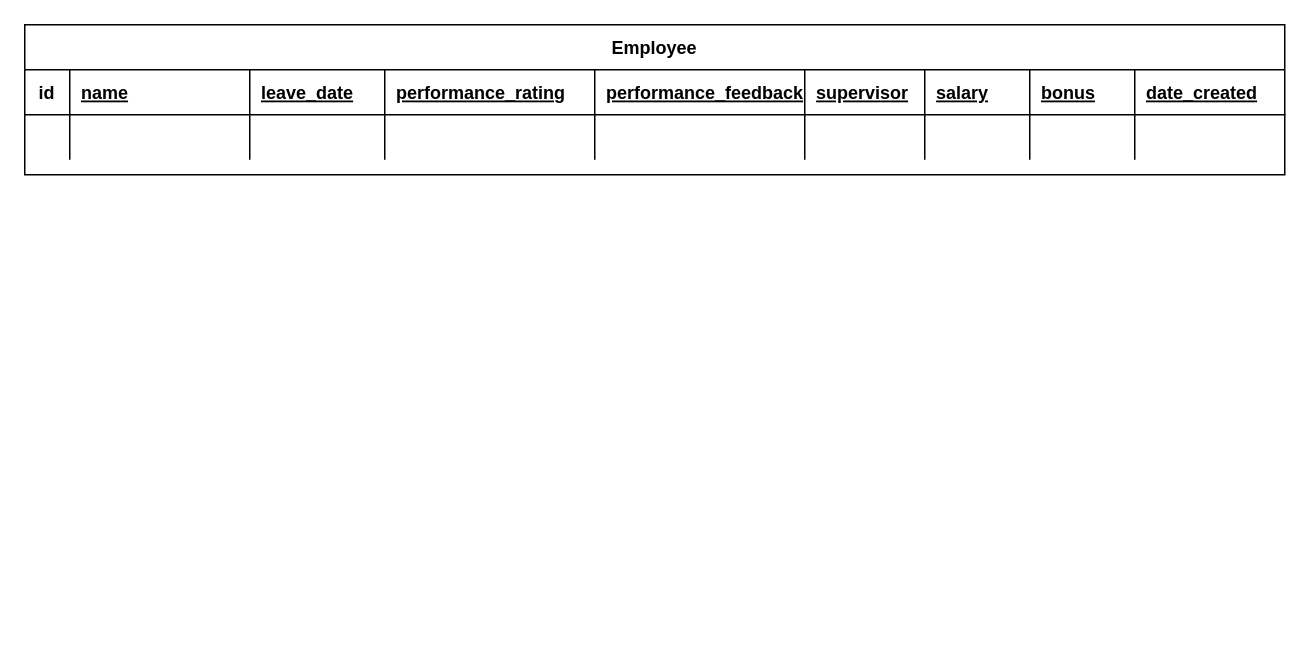
Above: Employee.drawio in arjunrvan/Day20 (draw.io), before the change. Source tidied: cells renumbered, new cells numbered last; positions are measured from the earlier drawing's top-left corner, leaving out a move shared by most shapes. Both pictures are drawn from the tidied source at 150%, with x=0, y=0 at pixel (24, 24).
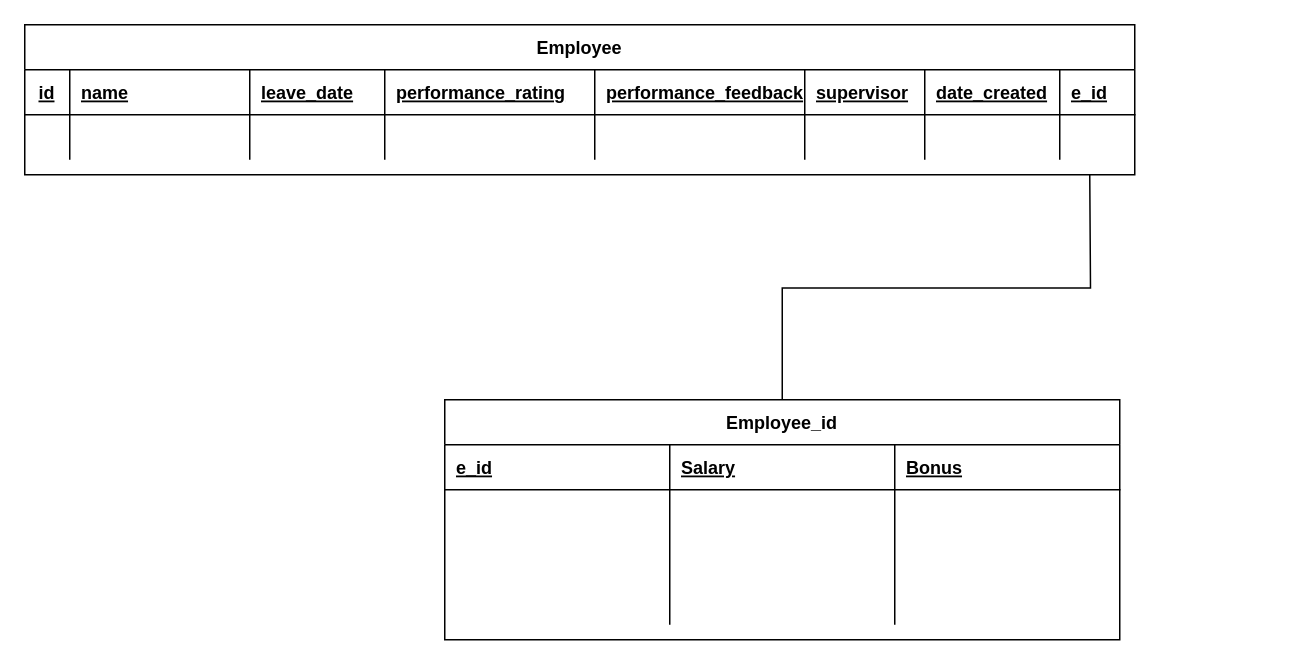
The same diagram, later.

Change to the diagram source:
```diff
@@
     <mxCell id="2" value="Employee" style="shape=table;startSize=30;childLayout=tableLayout;rowLines=0;fontStyle=1;align=center;" parent="1" vertex="1">
-      <mxGeometry width="840" height="100" as="geometry" />
+      <mxGeometry width="740" height="100" as="geometry" />
     </mxCell>
     <mxCell id="3" style="shape=partialRectangle;fillColor=none;top=0;left=0;right=0;bottom=1;" parent="2" vertex="1">
-      <mxGeometry y="30" width="840" height="30" as="geometry" />
+      <mxGeometry y="30" width="740" height="30" as="geometry" />
     </mxCell>
-    <mxCell id="4" value="id" style="shape=partialRectangle;overflow=hidden;fillColor=none;top=0;left=0;bottom=0;right=0;fontStyle=1;" parent="3" vertex="1">
+    <mxCell id="4" value="id" style="shape=partialRectangle;overflow=hidden;fillColor=none;top=0;left=0;bottom=0;right=0;fontStyle=5;" parent="3" vertex="1">
       <mxGeometry width="30" height="30" as="geometry" />
     </mxCell>
@@
-    <mxCell id="10" value="salary" style="shape=partialRectangle;overflow=hidden;fillColor=none;top=0;left=0;bottom=0;right=0;align=left;spacingLeft=6;fontStyle=5;" parent="3" vertex="1">
-      <mxGeometry x="600" width="70" height="30" as="geometry" />
+    <mxCell id="10" value="date_created" style="shape=partialRectangle;overflow=hidden;fillColor=none;top=0;left=0;bottom=0;right=0;align=left;spacingLeft=6;fontStyle=5;" parent="3" vertex="1">
+      <mxGeometry x="600" width="90" height="30" as="geometry" />
     </mxCell>
-    <mxCell id="11" value="bonus" style="shape=partialRectangle;overflow=hidden;fillColor=none;top=0;left=0;bottom=0;right=0;align=left;spacingLeft=6;fontStyle=5;" parent="3" vertex="1">
-      <mxGeometry x="670" width="70" height="30" as="geometry" />
+    <mxCell id="11" value="e_id" style="shape=partialRectangle;overflow=hidden;fillColor=none;top=0;left=0;bottom=0;right=0;align=left;spacingLeft=6;fontStyle=5;" parent="3" vertex="1">
+      <mxGeometry x="690" width="50" height="30" as="geometry" />
     </mxCell>
-    <mxCell id="12" value="date_created" style="shape=partialRectangle;overflow=hidden;fillColor=none;top=0;left=0;bottom=0;right=0;align=left;spacingLeft=6;fontStyle=5;" parent="3" vertex="1">
-      <mxGeometry x="740" width="100" height="30" as="geometry" />
-    </mxCell>
     <mxCell id="13" style="shape=partialRectangle;fillColor=none;top=0;left=0;right=0;bottom=0;" parent="2" vertex="1">
-      <mxGeometry y="60" width="840" height="30" as="geometry" />
+      <mxGeometry y="60" width="740" height="30" as="geometry" />
     </mxCell>
@@
     <mxCell id="20" style="shape=partialRectangle;overflow=hidden;fillColor=none;top=0;left=0;bottom=0;right=0;align=left;spacingLeft=6;" parent="13" vertex="1">
-      <mxGeometry x="600" width="70" height="30" as="geometry" />
+      <mxGeometry x="600" width="90" height="30" as="geometry" />
     </mxCell>
     <mxCell id="21" style="shape=partialRectangle;overflow=hidden;fillColor=none;top=0;left=0;bottom=0;right=0;align=left;spacingLeft=6;" parent="13" vertex="1">
-      <mxGeometry x="670" width="70" height="30" as="geometry" />
+      <mxGeometry x="690" width="50" height="30" as="geometry" />
     </mxCell>
-    <mxCell id="22" style="shape=partialRectangle;overflow=hidden;fillColor=none;top=0;left=0;bottom=0;right=0;align=left;spacingLeft=6;" parent="13" vertex="1">
-      <mxGeometry x="740" width="100" height="30" as="geometry" />
-    </mxCell>
+    <mxCell id="23" value="Employee_id" style="shape=table;startSize=30;childLayout=tableLayout;rowLines=0;fontStyle=1;align=center;" parent="1" vertex="1">
+      <mxGeometry x="280" y="250" width="450" height="160" as="geometry" />
+    </mxCell>
+    <mxCell id="24" style="shape=partialRectangle;fillColor=none;top=0;left=0;bottom=1;right=0;" parent="23" vertex="1">
+      <mxGeometry y="30" width="450" height="30" as="geometry" />
+    </mxCell>
+    <mxCell id="25" value="e_id" style="shape=partialRectangle;fillColor=none;top=0;left=0;bottom=0;right=0;align=left;spacingLeft=6;fontStyle=5;overflow=hidden;" parent="24" vertex="1">
+      <mxGeometry width="150" height="30" as="geometry" />
+    </mxCell>
+    <mxCell id="26" value="Salary" style="shape=partialRectangle;fillColor=none;top=0;left=0;bottom=0;right=0;align=left;spacingLeft=6;fontStyle=5;overflow=hidden;" parent="24" vertex="1">
+      <mxGeometry x="150" width="150" height="30" as="geometry" />
+    </mxCell>
+    <mxCell id="27" value="Bonus" style="shape=partialRectangle;fillColor=none;top=0;left=0;bottom=0;right=0;align=left;spacingLeft=6;fontStyle=5;overflow=hidden;" parent="24" vertex="1">
+      <mxGeometry x="300" width="150" height="30" as="geometry" />
+    </mxCell>
+    <mxCell id="28" style="shape=partialRectangle;fillColor=none;top=0;left=0;bottom=0;right=0;" parent="23" vertex="1">
+      <mxGeometry y="60" width="450" height="30" as="geometry" />
+    </mxCell>
+    <mxCell id="29" style="shape=partialRectangle;fillColor=none;top=0;left=0;bottom=0;right=0;align=left;spacingLeft=6;overflow=hidden;" parent="28" vertex="1">
+      <mxGeometry width="150" height="30" as="geometry" />
+    </mxCell>
+    <mxCell id="30" style="shape=partialRectangle;fillColor=none;top=0;left=0;bottom=0;right=0;align=left;spacingLeft=6;overflow=hidden;" parent="28" vertex="1">
+      <mxGeometry x="150" width="150" height="30" as="geometry" />
+    </mxCell>
+    <mxCell id="31" style="shape=partialRectangle;fillColor=none;top=0;left=0;bottom=0;right=0;align=left;spacingLeft=6;overflow=hidden;" parent="28" vertex="1">
+      <mxGeometry x="300" width="150" height="30" as="geometry" />
+    </mxCell>
+    <mxCell id="32" style="shape=partialRectangle;fillColor=none;top=0;left=0;bottom=0;right=0;" parent="23" vertex="1">
+      <mxGeometry y="90" width="450" height="30" as="geometry" />
+    </mxCell>
+    <mxCell id="33" style="shape=partialRectangle;fillColor=none;top=0;left=0;bottom=0;right=0;align=left;spacingLeft=6;overflow=hidden;" parent="32" vertex="1">
+      <mxGeometry width="150" height="30" as="geometry" />
+    </mxCell>
+    <mxCell id="34" style="shape=partialRectangle;fillColor=none;top=0;left=0;bottom=0;right=0;align=left;spacingLeft=6;overflow=hidden;" parent="32" vertex="1">
+      <mxGeometry x="150" width="150" height="30" as="geometry" />
+    </mxCell>
+    <mxCell id="35" style="shape=partialRectangle;fillColor=none;top=0;left=0;bottom=0;right=0;align=left;spacingLeft=6;overflow=hidden;" parent="32" vertex="1">
+      <mxGeometry x="300" width="150" height="30" as="geometry" />
+    </mxCell>
+    <mxCell id="36" style="shape=partialRectangle;fillColor=none;top=0;left=0;bottom=0;right=0;" parent="23" vertex="1">
+      <mxGeometry y="120" width="450" height="30" as="geometry" />
+    </mxCell>
+    <mxCell id="37" style="shape=partialRectangle;fillColor=none;top=0;left=0;bottom=0;right=0;align=left;spacingLeft=6;overflow=hidden;" parent="36" vertex="1">
+      <mxGeometry width="150" height="30" as="geometry" />
+    </mxCell>
+    <mxCell id="38" style="shape=partialRectangle;fillColor=none;top=0;left=0;bottom=0;right=0;align=left;spacingLeft=6;overflow=hidden;" parent="36" vertex="1">
+      <mxGeometry x="150" width="150" height="30" as="geometry" />
+    </mxCell>
+    <mxCell id="39" style="shape=partialRectangle;fillColor=none;top=0;left=0;bottom=0;right=0;align=left;spacingLeft=6;overflow=hidden;" parent="36" vertex="1">
+      <mxGeometry x="300" width="150" height="30" as="geometry" />
+    </mxCell>
+    <mxCell id="40" style="endArrow=none;html=1;rounded=0;edgeStyle=orthogonalEdgeStyle;exitX=0.5;exitY=0;exitDx=0;exitDy=0;" parent="1" edge="1" source="23">
+      <mxGeometry relative="1" as="geometry">
+        <mxPoint x="710" y="100" as="targetPoint" />
+      </mxGeometry>
+    </mxCell>
```
